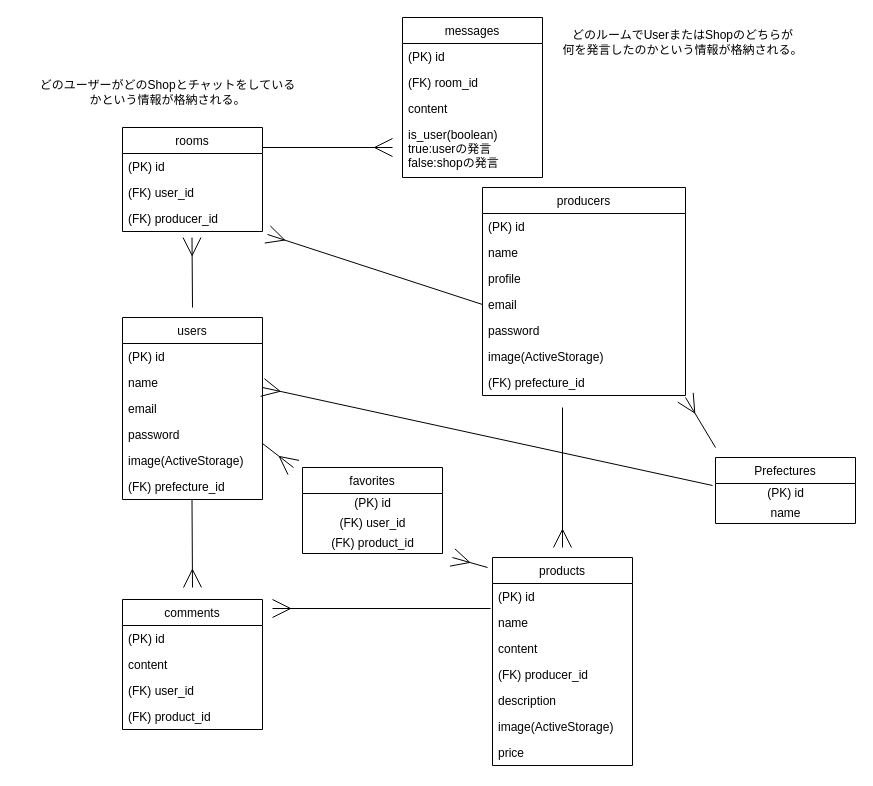
Above: Producer_er.dio in takashimakyohei/Producer (draw.io), before the change. Source tidied: cells renumbered, new cells numbered last; positions are measured from the earlier drawing's top-left corner, leaving out a move shared by most shapes. Both pictures are drawn from the tidied source at 100%, with x=0, y=0 at pixel (32, 17).
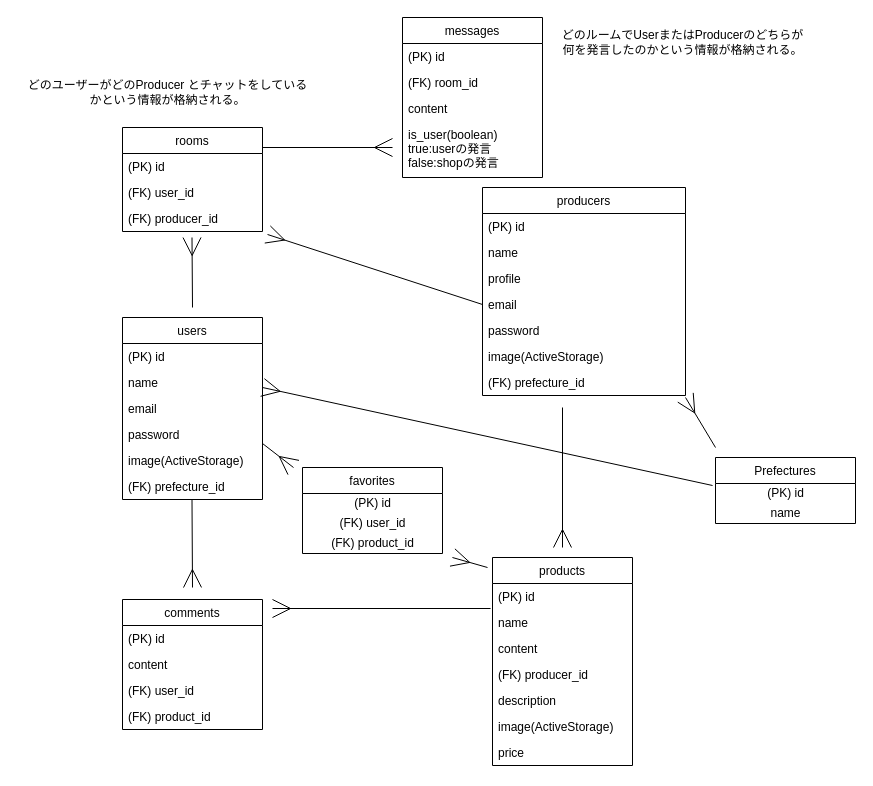
The same page after the edit.

What changed in the source:
```diff
@@
-    <mxCell id="2" value="どのユーザーがどのShopとチャットをしている&lt;br&gt;かという情報が格納される。" style="text;html=1;align=center;verticalAlign=middle;" parent="1" vertex="1">
-      <mxGeometry y="60" width="270" height="30" as="geometry" />
+    <mxCell id="2" value="どのユーザーがどのProducer とチャットをしている&lt;br&gt;かという情報が格納される。" style="text;html=1;align=center;verticalAlign=middle;" parent="1" vertex="1">
+      <mxGeometry x="-15" y="60" width="300" height="30" as="geometry" />
     </mxCell>
@@
-    <mxCell id="15" value="どのルームでUserまたはShopのどちらが&lt;br&gt;何を発言したのかという情報が格納される。" style="text;html=1;align=center;verticalAlign=middle;" parent="1" vertex="1">
+    <mxCell id="15" value="どのルームでUserまたはProducerのどちらが&lt;br&gt;何を発言したのかという情報が格納される。" style="text;html=1;align=center;verticalAlign=middle;" parent="1" vertex="1">
       <mxGeometry x="520" y="10" width="260" height="30" as="geometry" />
     </mxCell>
```
